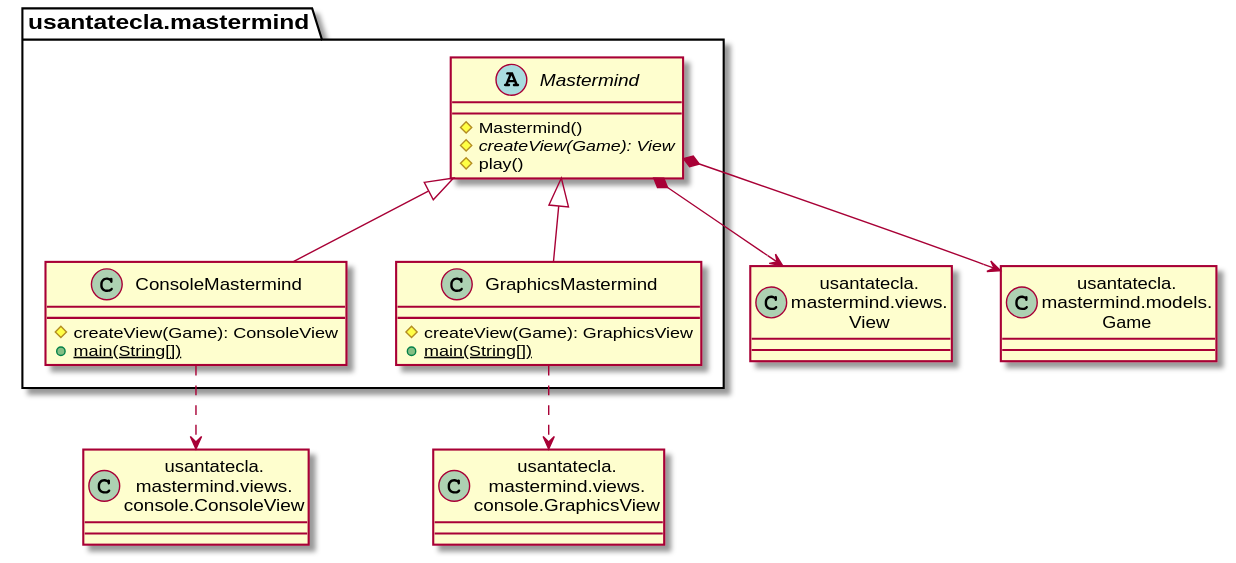
SantaTecla-mastermind/solution.java.swing.socket.sql keeps this PlantUML diagram as documentView/withFactoryMethod/docs/diagrams/out/paquetes/usantatecla.mastermind.svg. Above is the earlier version.
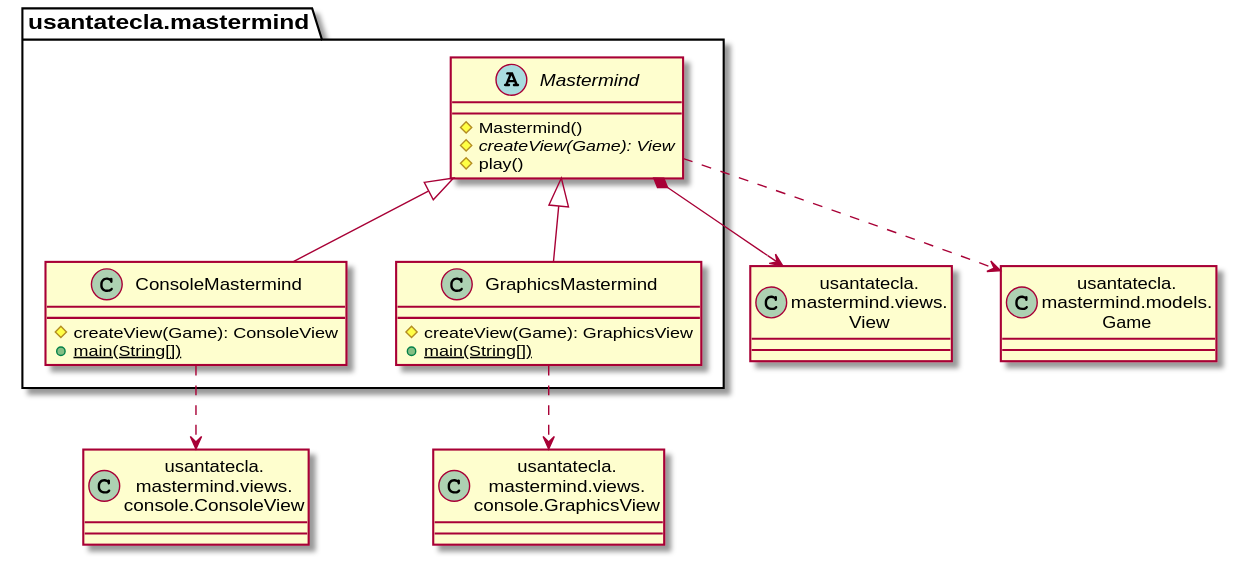
The same diagram one commit later.

Diff of the diagram source:
```diff
@@ -10,7 +10,7 @@
     # play()
 }
 usantatecla.mastermind.Mastermind *-down-> View
-usantatecla.mastermind.Mastermind *-down-> Game
+usantatecla.mastermind.Mastermind .down.> Game
 
 class  usantatecla.mastermind.ConsoleMastermind{
     # createView(Game): ConsoleView
```
